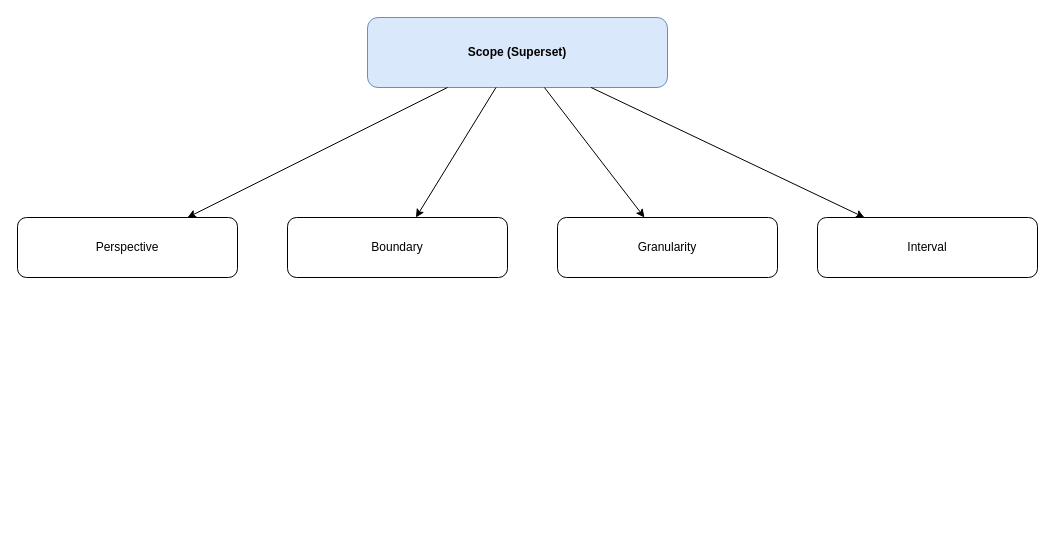
This is ontology/vNext/core-extension/scope/diagrams/SCOPE-L1-STRUCTURE.drawio from perryjmcleod/repac-ontology, a draw.io file, before an edit. Source tidied: cells renumbered, new cells numbered last; positions are measured from the earlier drawing's top-left corner, leaving out a move shared by most shapes. Both pictures are drawn from the tidied source at 100%, with x=0, y=0 at pixel (17, 17).
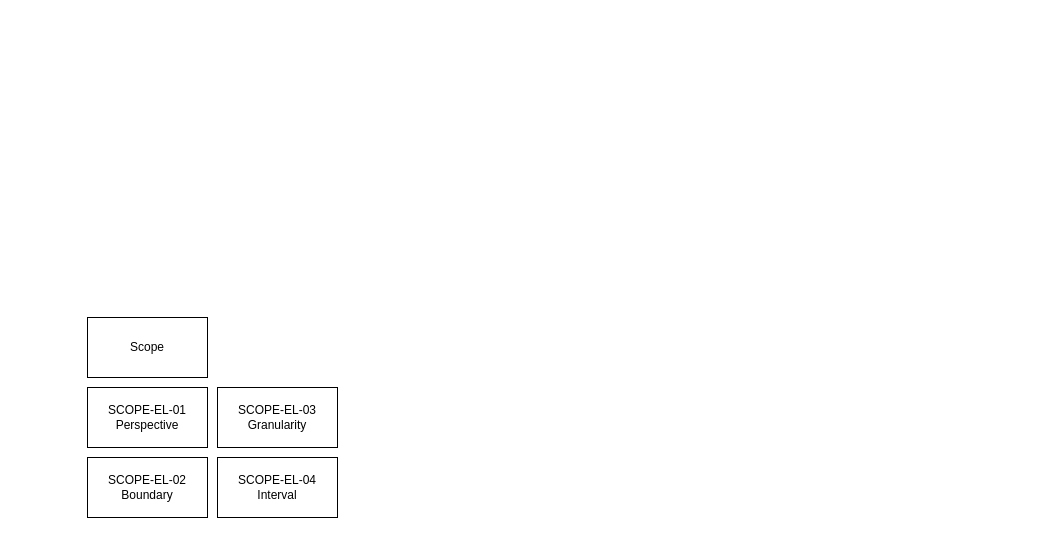
Above is the later version.

Commit message (it also covers changes not shown here):
Visual Language changes to SCOPE diagram

What changed in the source:
```diff
@@
 <mxGraphModel>
   <root>
     <mxCell id="0" />
     <mxCell id="1" parent="0" />
-    <mxCell id="2" value="Scope (Superset)" style="rounded=1;whiteSpace=wrap;html=1;fillColor=#dae8fc;strokeColor=#6c8ebf;fontStyle=1;" parent="1" vertex="1">
-      <mxGeometry x="350" width="300" height="70" as="geometry" />
-    </mxCell>
-    <mxCell id="3" value="Perspective" style="rounded=1;whiteSpace=wrap;html=1;" parent="1" vertex="1">
-      <mxGeometry y="200" width="220" height="60" as="geometry" />
-    </mxCell>
-    <mxCell id="4" value="Boundary" style="rounded=1;whiteSpace=wrap;html=1;" parent="1" vertex="1">
-      <mxGeometry x="270" y="200" width="220" height="60" as="geometry" />
-    </mxCell>
-    <mxCell id="5" value="Granularity" style="rounded=1;whiteSpace=wrap;html=1;" parent="1" vertex="1">
-      <mxGeometry x="540" y="200" width="220" height="60" as="geometry" />
-    </mxCell>
-    <mxCell id="6" value="Interval" style="rounded=1;whiteSpace=wrap;html=1;" parent="1" vertex="1">
-      <mxGeometry x="800" y="200" width="220" height="60" as="geometry" />
-    </mxCell>
-    <mxCell id="7" parent="1" edge="1" source="2" target="3">
-      <mxGeometry relative="1" as="geometry" />
-    </mxCell>
-    <mxCell id="8" parent="1" edge="1" source="2" target="4">
-      <mxGeometry relative="1" as="geometry" />
-    </mxCell>
-    <mxCell id="9" parent="1" edge="1" source="2" target="5">
-      <mxGeometry relative="1" as="geometry" />
-    </mxCell>
-    <mxCell id="10" parent="1" edge="1" source="2" target="6">
-      <mxGeometry relative="1" as="geometry" />
-    </mxCell>
+    <mxCell id="11" value="Scope" style="rounded=0;whiteSpace=wrap;html=1;" parent="1" vertex="1">
+      <mxGeometry x="70" y="300" width="120" height="60" as="geometry" />
+    </mxCell>
+    <mxCell id="12" value="&lt;div&gt;&lt;span style=&quot;background-color: transparent;&quot;&gt;SCOPE-EL-01&lt;/span&gt;&lt;/div&gt;&lt;div&gt;&lt;span style=&quot;background-color: transparent; color: light-dark(rgb(0, 0, 0), rgb(255, 255, 255));&quot;&gt;Perspective&lt;/span&gt;&lt;/div&gt;" style="rounded=0;whiteSpace=wrap;html=1;" parent="1" vertex="1">
+      <mxGeometry x="70" y="370" width="120" height="60" as="geometry" />
+    </mxCell>
+    <mxCell id="13" value="&lt;div&gt;SCOPE-EL-02&lt;/div&gt;Boundary" style="rounded=0;whiteSpace=wrap;html=1;" parent="1" vertex="1">
+      <mxGeometry x="70" y="440" width="120" height="60" as="geometry" />
+    </mxCell>
+    <mxCell id="14" value="&lt;div&gt;SCOPE-EL-04&lt;/div&gt;Interval" style="rounded=0;whiteSpace=wrap;html=1;" parent="1" vertex="1">
+      <mxGeometry x="200" y="440" width="120" height="60" as="geometry" />
+    </mxCell>
+    <mxCell id="15" value="&lt;div&gt;SCOPE-EL-03&lt;/div&gt;Granularity" style="rounded=0;whiteSpace=wrap;html=1;" parent="1" vertex="1">
+      <mxGeometry x="200" y="370" width="120" height="60" as="geometry" />
+    </mxCell>
   </root>
 </mxGraphModel>
```
